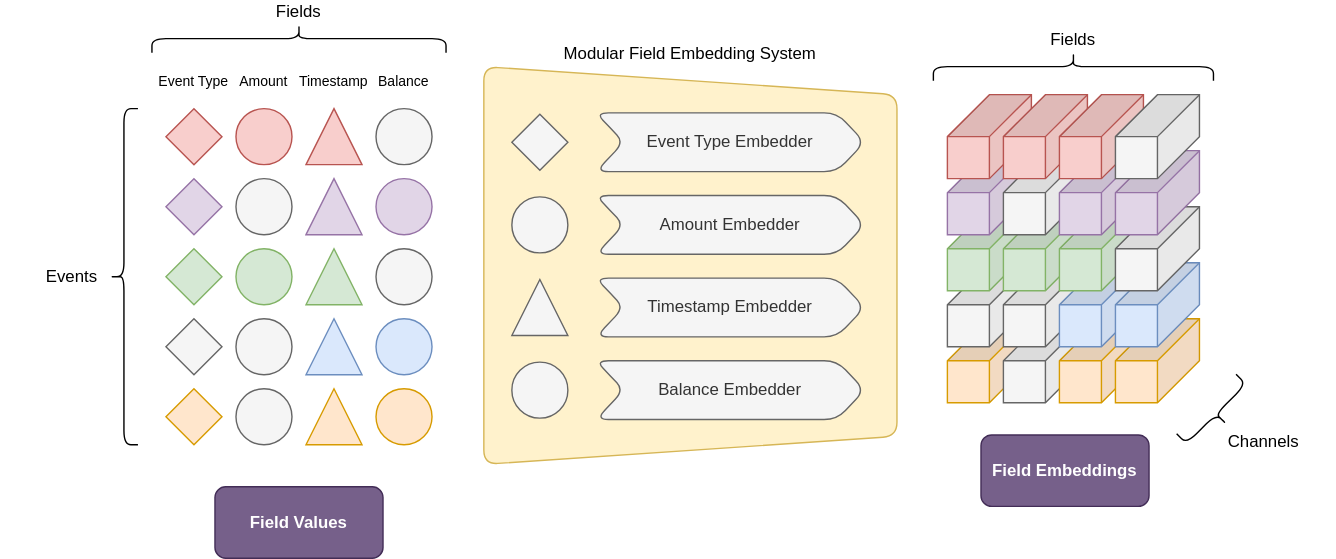
Above: docs/diagrams/mfes.drawio.svg in granthamtaylor/windmark (draw.io), before the change. Source tidied: cells renumbered, new cells last; positions are measured from the earlier drawing's top-left corner, leaving out a move shared by most shapes.
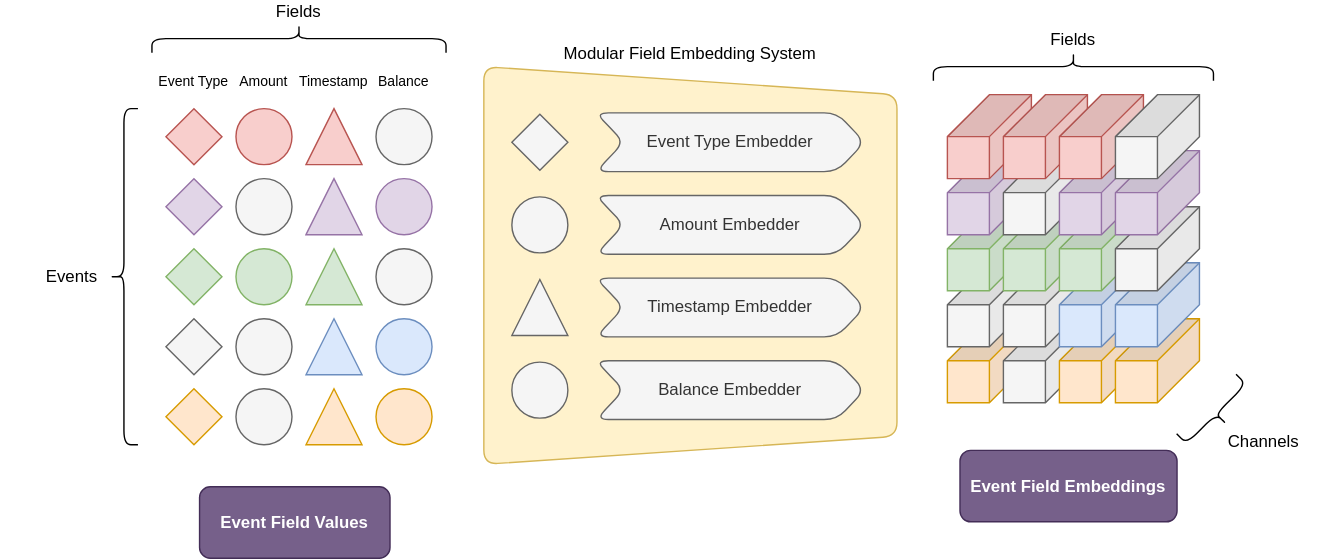
Above is the later version.

The edit, as a diff of the source:
```diff
@@ -146,11 +146,11 @@
     <mxCell id="49" value="Fields" style="shape=curlyBracket;whiteSpace=wrap;html=1;rounded=1;flipH=1;labelPosition=center;verticalLabelPosition=top;align=center;verticalAlign=bottom;direction=south;fontFamily=Arial;" parent="1" vertex="1">
       <mxGeometry x="666" y="20" width="200" height="20" as="geometry" />
     </mxCell>
-    <mxCell id="50" value="Field Embeddings" style="whiteSpace=wrap;html=1;fontStyle=1;rounded=1;fillColor=#76608a;fontColor=#ffffff;strokeColor=#432D57;fontFamily=Arial;" parent="1" vertex="1">
-      <mxGeometry x="700" y="293" width="120" height="51" as="geometry" />
+    <mxCell id="50" value="Event Field Embeddings" style="whiteSpace=wrap;html=1;fontStyle=1;rounded=1;fillColor=#76608a;fontColor=#ffffff;strokeColor=#432D57;fontFamily=Arial;" parent="1" vertex="1">
+      <mxGeometry x="685" y="304" width="155" height="51" as="geometry" />
     </mxCell>
-    <mxCell id="51" value="Field Values" style="whiteSpace=wrap;html=1;fontStyle=1;rounded=1;fillColor=#76608a;fontColor=#ffffff;strokeColor=#432D57;fontFamily=Arial;" parent="1" vertex="1">
-      <mxGeometry x="153" y="330" width="120" height="51" as="geometry" />
+    <mxCell id="51" value="Event Field Values" style="whiteSpace=wrap;html=1;fontStyle=1;rounded=1;fillColor=#76608a;fontColor=#ffffff;strokeColor=#432D57;fontFamily=Arial;" parent="1" vertex="1">
+      <mxGeometry x="142" y="330" width="136" height="51" as="geometry" />
     </mxCell>
     <mxCell id="52" style="rhombus;whiteSpace=wrap;html=1;fillColor=#f5f5f5;strokeColor=#666666;fontColor=#333333;fontFamily=Arial;" parent="1" vertex="1">
       <mxGeometry x="365" y="64" width="40" height="40" as="geometry" />
```
